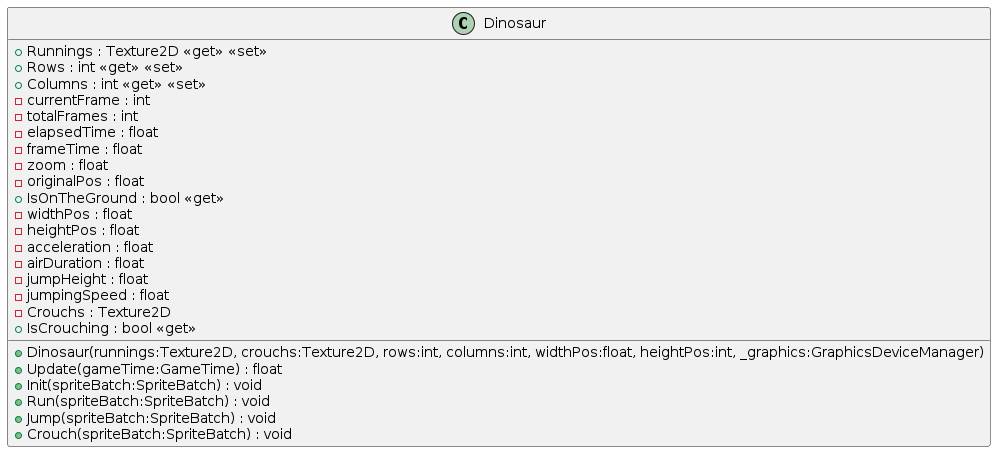
Before: UML/diagrams/Dinosaur.png, a diagram exported from PlantUML (Famich1ki/T-rax-game). Its diagram source:
```plantuml
@startuml
class Dinosaur {
    + Runnings : Texture2D <<get>> <<set>>
    + Rows : int <<get>> <<set>>
    + Columns : int <<get>> <<set>>
    - currentFrame : int
    - totalFrames : int
    - elapsedTime : float
    - frameTime : float
    - zoom : float
    - originalPos : float
    + IsOnTheGround : bool <<get>>
    - widthPos : float
    - heightPos : float
    - acceleration : float
    - airDuration : float
    - jumpHeight : float
    - jumpingSpeed : float
    - Crouchs : Texture2D
    + IsCrouching : bool <<get>>
    + Dinosaur(runnings:Texture2D, crouchs:Texture2D, rows:int, columns:int, widthPos:float, heightPos:int, _graphics:GraphicsDeviceManager)
    + Update(gameTime:GameTime) : float
    + Init(spriteBatch:SpriteBatch) : void
    + Run(spriteBatch:SpriteBatch) : void
    + Jump(spriteBatch:SpriteBatch) : void
    + Crouch(spriteBatch:SpriteBatch) : void
}
@enduml
```
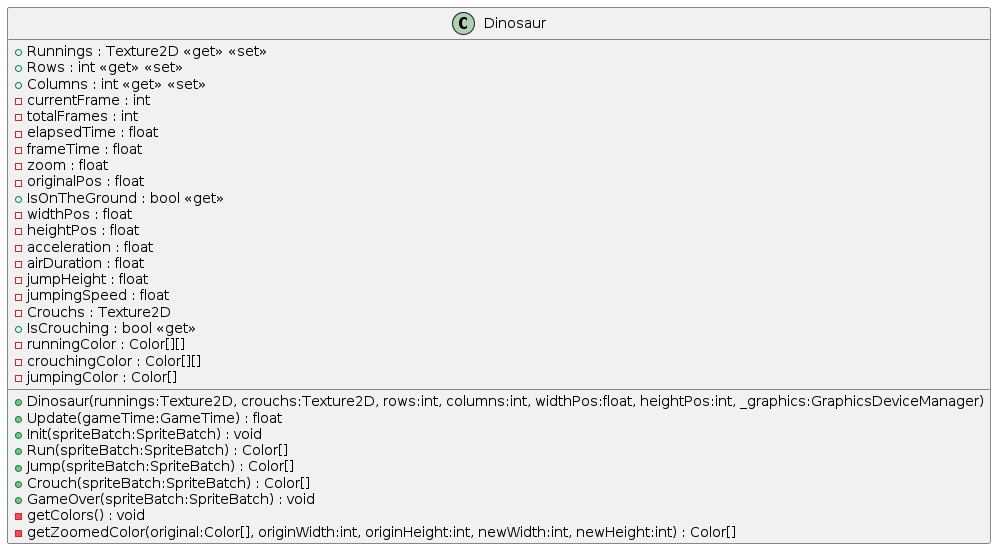
Later version of the same file.

Change to the diagram source:
```diff
@@ -18,11 +18,17 @@
     - jumpingSpeed : float
     - Crouchs : Texture2D
     + IsCrouching : bool <<get>>
+    - runningColor : Color[][]
+    - crouchingColor : Color[][]
+    - jumpingColor : Color[]
     + Dinosaur(runnings:Texture2D, crouchs:Texture2D, rows:int, columns:int, widthPos:float, heightPos:int, _graphics:GraphicsDeviceManager)
     + Update(gameTime:GameTime) : float
     + Init(spriteBatch:SpriteBatch) : void
-    + Run(spriteBatch:SpriteBatch) : void
-    + Jump(spriteBatch:SpriteBatch) : void
-    + Crouch(spriteBatch:SpriteBatch) : void
+    + Run(spriteBatch:SpriteBatch) : Color[]
+    + Jump(spriteBatch:SpriteBatch) : Color[]
+    + Crouch(spriteBatch:SpriteBatch) : Color[]
+    + GameOver(spriteBatch:SpriteBatch) : void
+    - getColors() : void
+    - getZoomedColor(original:Color[], originWidth:int, originHeight:int, newWidth:int, newHeight:int) : Color[]
 }
 @enduml
```
